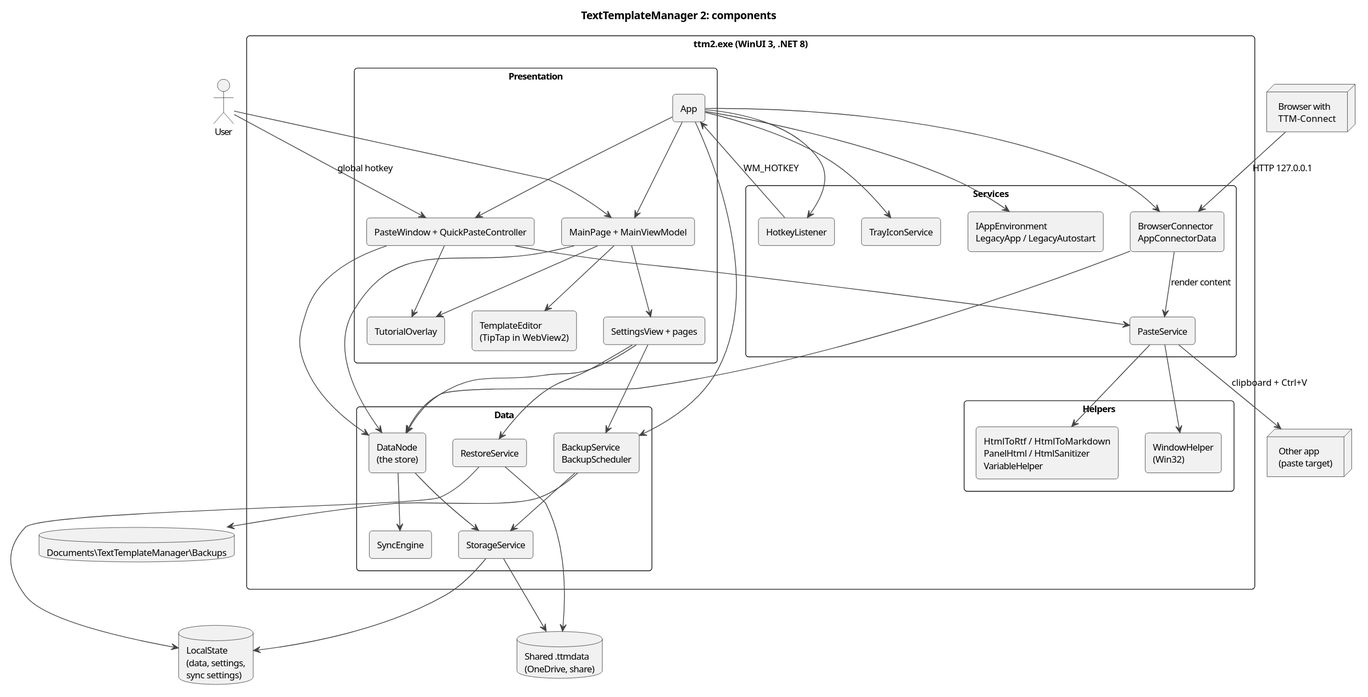
halatsWol/TextTemplateManager-v2 keeps this PlantUML diagram as docs/architecture/diagrams/component-overview.svg. Above is the earlier version. Its diagram source:
```plantuml
@startuml
!include _style.iuml
title TextTemplateManager 2: components

actor User
node "Other app\n(paste target)" as Target
node "Browser with\nTTM-Connect" as Browser

package "ttm2.exe (WinUI 3, .NET 8)" {
  package "Presentation" {
    [App] as App
    [MainPage + MainViewModel] as Main
    [SettingsView + pages] as Settings
    [TemplateEditor\n(TipTap in WebView2)] as Editor
    [PasteWindow + QuickPasteController] as QP
    [TutorialOverlay] as Tour
  }
  package "Data" {
    [DataNode\n(the store)] as Store
    [StorageService] as Storage
    [SyncEngine] as Sync
    [BackupService\nBackupScheduler] as Backup
    [RestoreService] as Restore
  }
  package "Services" {
    [HotkeyListener] as Hotkey
    [PasteService] as Paste
    [BrowserConnector\nAppConnectorData] as Connector
    [TrayIconService] as Tray
    [IAppEnvironment\nLegacyApp / LegacyAutostart] as Platform
  }
  package "Helpers" {
    [HtmlToRtf / HtmlToMarkdown\nPanelHtml / HtmlSanitizer\nVariableHelper] as Convert
    [WindowHelper\n(Win32)] as Win32
  }
}

database "LocalState\n(data, settings,\nsync settings)" as Files
database "Documents\\TextTemplateManager\\Backups" as Backups
database "Shared .ttmdata\n(OneDrive, share)" as SyncFiles

User --> Main
User --> QP : global hotkey
App --> Main
App --> QP
App --> Hotkey
App --> Tray
App --> Connector
App --> Backup
App --> Platform
Main --> Store
Main --> Settings
Main --> Editor
Main --> Tour
QP --> Store
QP --> Paste
QP --> Tour
Settings --> Store
Settings --> Backup
Settings --> Restore
Store --> Storage
Store --> Sync
Storage --> Files
Storage --> SyncFiles
Backup --> Storage
Backup --> Backups
Restore --> Files
Restore --> SyncFiles
Paste --> Convert
Paste --> Win32
Paste --> Target : clipboard + Ctrl+V
Connector --> Store
Connector --> Paste : render content
Browser --> Connector : HTTP 127.0.0.1
Hotkey --> App : WM_HOTKEY
@enduml
```
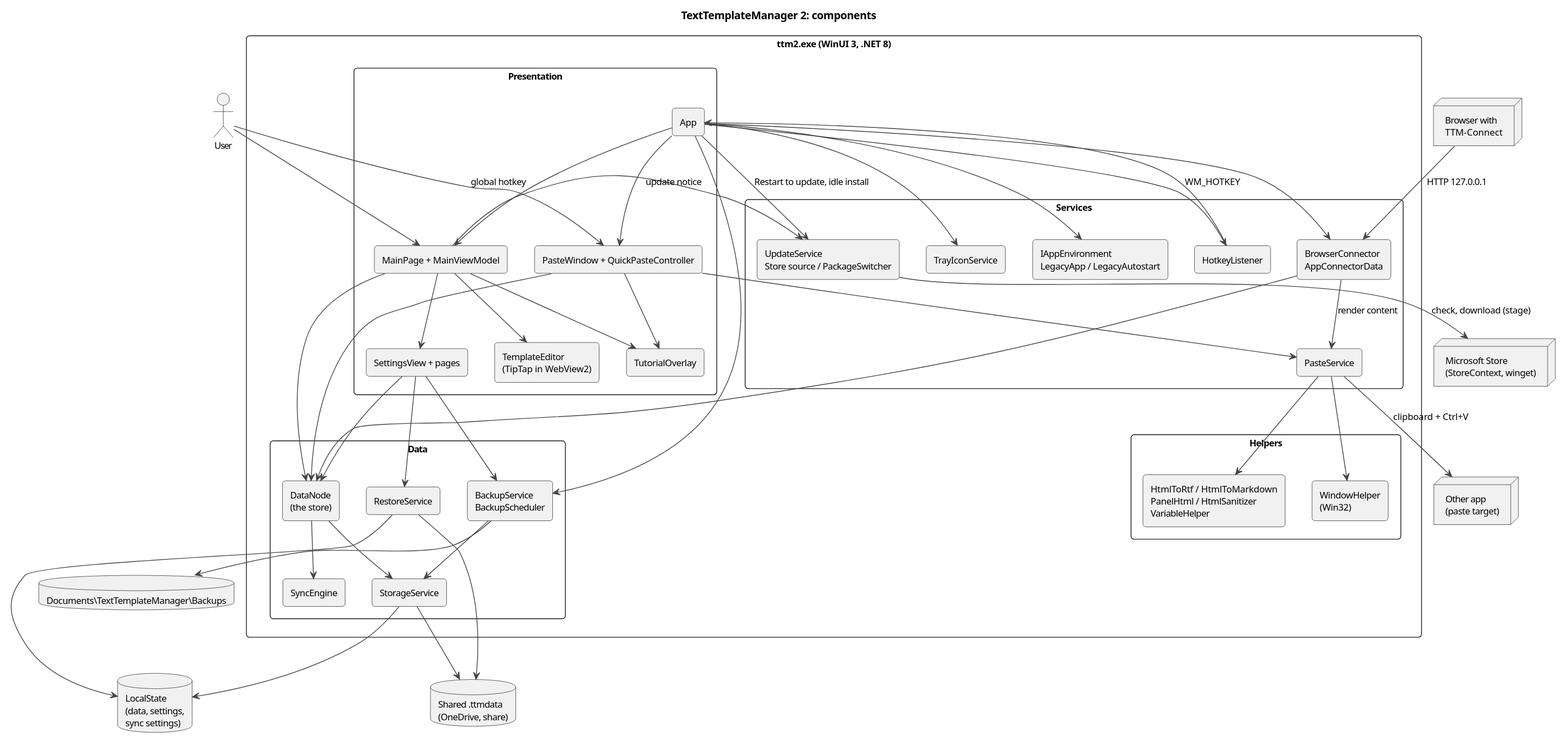
After the commit.

Change to the diagram source:
```diff
@@ -28,6 +28,7 @@
     [BrowserConnector\nAppConnectorData] as Connector
     [TrayIconService] as Tray
     [IAppEnvironment\nLegacyApp / LegacyAutostart] as Platform
+    [UpdateService\nStore source / PackageSwitcher] as Updates
   }
   package "Helpers" {
     [HtmlToRtf / HtmlToMarkdown\nPanelHtml / HtmlSanitizer\nVariableHelper] as Convert
@@ -38,6 +39,7 @@
 database "LocalState\n(data, settings,\nsync settings)" as Files
 database "Documents\\TextTemplateManager\\Backups" as Backups
 database "Shared .ttmdata\n(OneDrive, share)" as SyncFiles
+node "Microsoft Store\n(StoreContext, winget)" as StoreSvc
 
 User --> Main
 User --> QP : global hotkey
@@ -48,6 +50,9 @@
 App --> Connector
 App --> Backup
 App --> Platform
+App --> Updates : Restart to update, idle install
+Main --> Updates : update notice
+Updates --> StoreSvc : check, download (stage)
 Main --> Store
 Main --> Settings
 Main --> Editor
```
